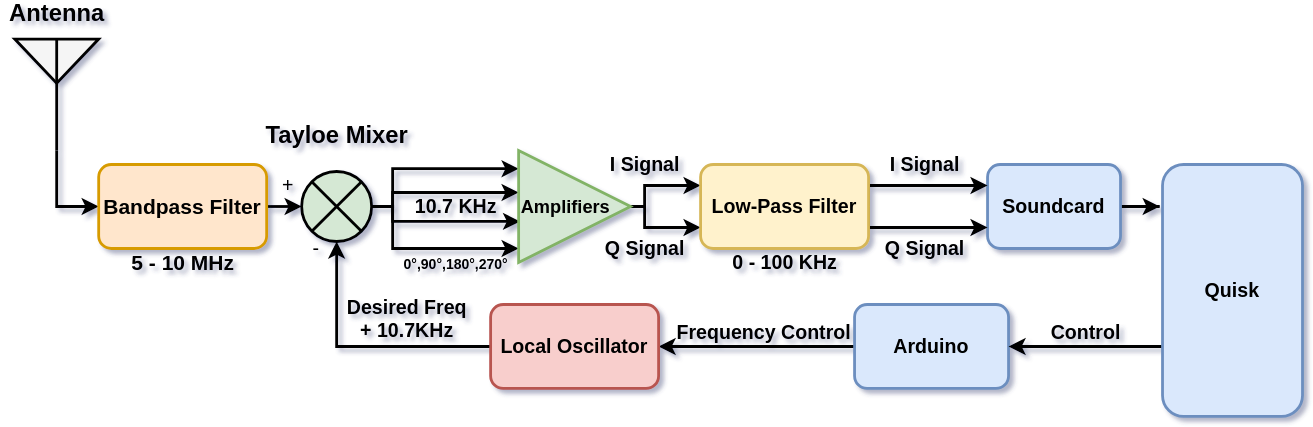
The draw.io diagram images/SDRReceiverBlockDiagram.svg in KonradMcClure/SDR_Receiver, before a commit. Source tidied: cells renumbered, new cells last; positions are measured from the earlier drawing's top-left corner, leaving out a move shared by most shapes.
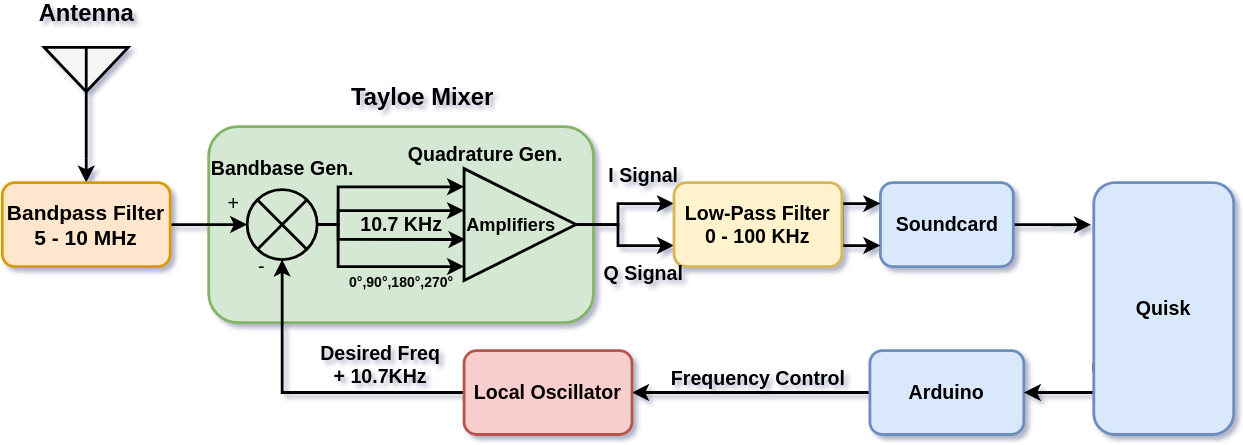
The same file after the commit.

What changed in the source:
```diff
@@ -2,70 +2,73 @@
   <root>
     <mxCell id="0" />
     <mxCell id="1" parent="0" />
+    <mxCell id="40" style="rounded=1;whiteSpace=wrap;html=1;strokeColor=#82b366;strokeWidth=2;fontSize=14;fillColor=#d5e8d4;" parent="1" vertex="1">
+      <mxGeometry x="167.5" y="77" width="275" height="140" as="geometry" />
+    </mxCell>
-    <mxCell id="2" style="edgeStyle=orthogonalEdgeStyle;rounded=0;jettySize=auto;html=1;exitX=0.5;exitY=1;exitDx=0;exitDy=0;exitPerimeter=0;entryX=0;entryY=0.5;entryDx=0;entryDy=0;strokeWidth=2;" parent="1" edge="1" source="3" target="5">
+    <mxCell id="2" style="edgeStyle=orthogonalEdgeStyle;rounded=0;jettySize=auto;html=1;exitX=0.5;exitY=1;exitDx=0;exitDy=0;exitPerimeter=0;entryX=0.5;entryY=0;entryDx=0;entryDy=0;strokeWidth=2;" parent="1" edge="1" source="3" target="5">
       <mxGeometry relative="1" as="geometry" />
     </mxCell>
     <mxCell id="3" style="verticalLabelPosition=bottom;shadow=0;dashed=0;align=center;html=1;verticalAlign=top;shape=mxgraph.electrical.radio.aerial_-_antenna_2;strokeWidth=2;fillColor=#f5f5f5;strokeColor=#000000;fontColor=#333333;" parent="1" vertex="1">
-      <mxGeometry x="10" y="27" width="60" height="80" as="geometry" />
+      <mxGeometry x="50" y="20" width="60" height="80" as="geometry" />
     </mxCell>
     <mxCell id="4" style="edgeStyle=orthogonalEdgeStyle;rounded=0;jettySize=auto;html=1;exitX=1;exitY=0.5;exitDx=0;exitDy=0;entryX=0;entryY=0.5;entryDx=0;entryDy=0;strokeWidth=2;" parent="1" edge="1" source="5" target="11">
       <mxGeometry relative="1" as="geometry" />
     </mxCell>
-    <mxCell id="5" value="&lt;div&gt;&lt;b style=&quot;font-size: 15px&quot;&gt;Bandpass Filter&lt;/b&gt;&lt;/div&gt;" style="rounded=1;whiteSpace=wrap;html=1;strokeWidth=2;fillColor=#ffe6cc;strokeColor=#d79b00;align=center;" parent="1" vertex="1">
-      <mxGeometry x="70" y="117" width="120" height="60" as="geometry" />
+    <mxCell id="5" value="&lt;div&gt;&lt;b style=&quot;font-size: 15px&quot;&gt;Bandpass Filter&lt;/b&gt;&lt;/div&gt;&lt;div&gt;&lt;b style=&quot;font-size: 15px&quot;&gt;5 - 10 MHz&lt;/b&gt;&lt;b style=&quot;font-size: 15px&quot;&gt;&lt;br&gt;&lt;/b&gt;&lt;/div&gt;" style="rounded=1;whiteSpace=wrap;html=1;strokeWidth=2;fillColor=#ffe6cc;strokeColor=#d79b00;align=center;" parent="1" vertex="1">
+      <mxGeometry x="20" y="117" width="120" height="60" as="geometry" />
     </mxCell>
     <mxCell id="6" value="&lt;font style=&quot;font-size: 17px&quot;&gt;&lt;b&gt;Antenna&lt;/b&gt;&lt;/font&gt;" style="text;html=1;align=center;verticalAlign=middle;" parent="1" vertex="1">
-      <mxGeometry width="80" height="20" as="geometry" />
+      <mxGeometry x="40" y="-13" width="80" height="20" as="geometry" />
     </mxCell>
     <mxCell id="7" style="edgeStyle=orthogonalEdgeStyle;rounded=0;jettySize=auto;html=1;exitX=1;exitY=0.5;exitDx=0;exitDy=0;strokeWidth=2;" parent="1" edge="1" source="11" target="21">
       <mxGeometry relative="1" as="geometry">
         <Array as="points">
-          <mxPoint x="280" y="147" />
-          <mxPoint x="280" y="177" />
+          <mxPoint x="260" y="147" />
+          <mxPoint x="260" y="177" />
         </Array>
       </mxGeometry>
     </mxCell>
     <mxCell id="8" style="edgeStyle=orthogonalEdgeStyle;rounded=0;jettySize=auto;html=1;exitX=1;exitY=0.5;exitDx=0;exitDy=0;entryX=0.013;entryY=0.633;entryDx=0;entryDy=0;entryPerimeter=0;strokeWidth=2;" parent="1" edge="1" source="11" target="21">
       <mxGeometry relative="1" as="geometry">
         <Array as="points">
-          <mxPoint x="280" y="147" />
-          <mxPoint x="280" y="158" />
+          <mxPoint x="260" y="147" />
+          <mxPoint x="260" y="158" />
         </Array>
       </mxGeometry>
     </mxCell>
     <mxCell id="9" style="edgeStyle=orthogonalEdgeStyle;rounded=0;jettySize=auto;html=1;exitX=1;exitY=0.5;exitDx=0;exitDy=0;strokeWidth=2;" parent="1" edge="1" source="11" target="21">
       <mxGeometry relative="1" as="geometry">
         <Array as="points">
-          <mxPoint x="280" y="147" />
-          <mxPoint x="280" y="120" />
+          <mxPoint x="260" y="147" />
+          <mxPoint x="260" y="120" />
         </Array>
       </mxGeometry>
     </mxCell>
     <mxCell id="10" style="edgeStyle=orthogonalEdgeStyle;rounded=0;jettySize=auto;html=1;exitX=1;exitY=0.5;exitDx=0;exitDy=0;entryX=0;entryY=0.375;entryDx=0;entryDy=0;entryPerimeter=0;strokeWidth=2;" parent="1" edge="1" source="11" target="21">
       <mxGeometry relative="1" as="geometry">
         <Array as="points">
-          <mxPoint x="280" y="147" />
-          <mxPoint x="280" y="137" />
+          <mxPoint x="260" y="147" />
+          <mxPoint x="260" y="137" />
         </Array>
       </mxGeometry>
     </mxCell>
     <mxCell id="11" style="shape=sumEllipse;perimeter=ellipsePerimeter;whiteSpace=wrap;html=1;backgroundOutline=1;strokeWidth=2;fillColor=#d5e8d4;strokeColor=#000000;" parent="1" vertex="1">
-      <mxGeometry x="215" y="122" width="50" height="50" as="geometry" />
+      <mxGeometry x="195" y="122" width="50" height="50" as="geometry" />
     </mxCell>
     <mxCell id="12" style="edgeStyle=orthogonalEdgeStyle;rounded=0;jettySize=auto;html=1;exitX=1;exitY=0.5;exitDx=0;exitDy=0;entryX=-0.02;entryY=0.167;entryDx=0;entryDy=0;entryPerimeter=0;strokeWidth=2;" parent="1" edge="1" source="13" target="18">
       <mxGeometry relative="1" as="geometry" />
     </mxCell>
     <mxCell id="13" value="&lt;b&gt;&lt;font style=&quot;font-size: 14px&quot;&gt;Soundcard&lt;/font&gt;&lt;/b&gt;" style="rounded=1;whiteSpace=wrap;html=1;strokeWidth=2;fillColor=#dae8fc;strokeColor=#6c8ebf;" parent="1" vertex="1">
-      <mxGeometry x="705" y="117" width="95" height="60" as="geometry" />
+      <mxGeometry x="647.5" y="117" width="95" height="60" as="geometry" />
     </mxCell>
     <mxCell id="14" value="&lt;font style=&quot;font-size: 17px&quot;&gt;&lt;b&gt;Tayloe Mixer&lt;br&gt;&lt;/b&gt;&lt;/font&gt;" style="text;html=1;align=center;verticalAlign=middle;" parent="1" vertex="1">
-      <mxGeometry x="180" y="87" width="120" height="20" as="geometry" />
+      <mxGeometry x="260" y="47" width="120" height="20" as="geometry" />
     </mxCell>
     <mxCell id="15" style="edgeStyle=orthogonalEdgeStyle;rounded=0;jettySize=auto;html=1;exitX=0;exitY=0.5;exitDx=0;exitDy=0;entryX=1;entryY=0.5;entryDx=0;entryDy=0;strokeWidth=2;" parent="1" edge="1" source="16" target="26">
       <mxGeometry relative="1" as="geometry" />
     </mxCell>
     <mxCell id="16" value="&lt;b&gt;&lt;font style=&quot;font-size: 14px&quot;&gt;Arduino&lt;/font&gt;&lt;/b&gt;" style="rounded=1;whiteSpace=wrap;html=1;strokeWidth=2;fillColor=#dae8fc;strokeColor=#6c8ebf;" parent="1" vertex="1">
-      <mxGeometry x="610" y="217" width="110" height="60" as="geometry" />
+      <mxGeometry x="640" y="237" width="110" height="60" as="geometry" />
     </mxCell>
     <mxCell id="17" style="edgeStyle=orthogonalEdgeStyle;rounded=0;jettySize=auto;html=1;exitX=0;exitY=0.75;exitDx=0;exitDy=0;entryX=1;entryY=0.5;entryDx=0;entryDy=0;strokeWidth=2;" parent="1" edge="1" source="18" target="16">
       <mxGeometry relative="1" as="geometry">
@@ -75,7 +78,7 @@
       </mxGeometry>
     </mxCell>
     <mxCell id="18" value="&lt;b&gt;&lt;font style=&quot;font-size: 14px&quot;&gt;Quisk&lt;/font&gt;&lt;/b&gt;" style="rounded=1;whiteSpace=wrap;html=1;strokeWidth=2;fillColor=#dae8fc;strokeColor=#6c8ebf;" parent="1" vertex="1">
-      <mxGeometry x="830" y="117" width="100" height="180" as="geometry" />
+      <mxGeometry x="800" y="117" width="100" height="180" as="geometry" />
     </mxCell>
     <mxCell id="19" style="edgeStyle=orthogonalEdgeStyle;rounded=0;jettySize=auto;html=1;exitX=1;exitY=0.5;exitDx=0;exitDy=0;strokeWidth=2;entryX=0;entryY=0.25;entryDx=0;entryDy=0;" parent="1" edge="1" source="21" target="24">
       <mxGeometry relative="1" as="geometry">
@@ -93,8 +96,8 @@
         </Array>
       </mxGeometry>
     </mxCell>
-    <mxCell id="21" value="&lt;font size=&quot;1&quot;&gt;&lt;b style=&quot;font-size: 13px&quot;&gt;Amplifiers&lt;/b&gt;&lt;/font&gt;" style="triangle;whiteSpace=wrap;html=1;strokeWidth=2;align=left;fillColor=#d5e8d4;strokeColor=#82b366;" parent="1" vertex="1">
-      <mxGeometry x="370" y="107" width="80" height="80" as="geometry" />
+    <mxCell id="21" value="&lt;font size=&quot;1&quot;&gt;&lt;b style=&quot;font-size: 13px&quot;&gt;Amplifiers&lt;/b&gt;&lt;/font&gt;" style="triangle;whiteSpace=wrap;html=1;strokeWidth=2;align=left;fillColor=#d5e8d4;strokeColor=#000000;" parent="1" vertex="1">
+      <mxGeometry x="350" y="107" width="80" height="80" as="geometry" />
     </mxCell>
     <mxCell id="22" style="edgeStyle=orthogonalEdgeStyle;rounded=0;jettySize=auto;html=1;exitX=1;exitY=0.5;exitDx=0;exitDy=0;entryX=0;entryY=0.25;entryDx=0;entryDy=0;strokeWidth=2;" parent="1" edge="1" source="24" target="13">
       <mxGeometry relative="1" as="geometry">
@@ -110,53 +113,44 @@
         </Array>
       </mxGeometry>
     </mxCell>
-    <mxCell id="24" value="&lt;font style=&quot;font-size: 14px&quot;&gt;&lt;b&gt;Low-Pass Filter&lt;br&gt;&lt;/b&gt;&lt;/font&gt;" style="rounded=1;whiteSpace=wrap;html=1;strokeWidth=2;fillColor=#fff2cc;strokeColor=#d6b656;" parent="1" vertex="1">
+    <mxCell id="24" value="&lt;font style=&quot;font-size: 14px&quot;&gt;&lt;b&gt;Low-Pass Filter&lt;br&gt;&lt;/b&gt;&lt;b style=&quot;font-family: &amp;#34;helvetica&amp;#34;&quot;&gt;0 - 100 KHz&lt;/b&gt;&lt;b&gt;&lt;br&gt;&lt;/b&gt;&lt;/font&gt;" style="rounded=1;whiteSpace=wrap;html=1;strokeWidth=2;fillColor=#fff2cc;strokeColor=#d6b656;" parent="1" vertex="1">
       <mxGeometry x="500" y="117" width="120" height="60" as="geometry" />
     </mxCell>
     <mxCell id="25" style="edgeStyle=orthogonalEdgeStyle;rounded=0;jettySize=auto;html=1;exitX=0;exitY=0.5;exitDx=0;exitDy=0;entryX=0.5;entryY=1;entryDx=0;entryDy=0;strokeWidth=2;" parent="1" edge="1" source="26" target="11">
       <mxGeometry relative="1" as="geometry" />
     </mxCell>
     <mxCell id="26" value="&lt;font style=&quot;font-size: 14px&quot;&gt;&lt;b&gt;Local Oscillator&lt;/b&gt;&lt;/font&gt;" style="rounded=1;whiteSpace=wrap;html=1;strokeWidth=2;fillColor=#f8cecc;strokeColor=#b85450;" parent="1" vertex="1">
-      <mxGeometry x="350" y="217" width="120" height="60" as="geometry" />
+      <mxGeometry x="350" y="237" width="120" height="60" as="geometry" />
     </mxCell>
-    <mxCell id="27" value="I Signal" style="text;html=1;align=center;verticalAlign=middle;fontSize=14;fontStyle=1;" parent="1" vertex="1">
-      <mxGeometry x="425" y="107" width="70" height="20" as="geometry" />
-    </mxCell>
-    <mxCell id="28" value="Q Signal" style="text;html=1;align=center;verticalAlign=middle;fontSize=14;fontStyle=1;" parent="1" vertex="1">
-      <mxGeometry x="425" y="167" width="70" height="20" as="geometry" />
-    </mxCell>
     <mxCell id="29" value="I Signal" style="text;html=1;align=center;verticalAlign=middle;fontSize=14;fontStyle=1;" parent="1" vertex="1">
-      <mxGeometry x="625" y="107" width="70" height="20" as="geometry" />
+      <mxGeometry x="442.5" y="102" width="70" height="20" as="geometry" />
     </mxCell>
     <mxCell id="30" value="Q Signal" style="text;html=1;align=center;verticalAlign=middle;fontSize=14;fontStyle=1;" parent="1" vertex="1">
-      <mxGeometry x="625" y="167" width="70" height="20" as="geometry" />
+      <mxGeometry x="442.5" y="172" width="70" height="20" as="geometry" />
     </mxCell>
     <mxCell id="31" value="&lt;b&gt;10.7 KHz&lt;/b&gt;" style="text;html=1;align=center;verticalAlign=middle;fontSize=14;" parent="1" vertex="1">
-      <mxGeometry x="290" y="137" width="70" height="20" as="geometry" />
+      <mxGeometry x="270" y="137" width="70" height="20" as="geometry" />
     </mxCell>
     <mxCell id="32" value="&lt;b style=&quot;font-size: 14px;&quot;&gt;Frequency Control&lt;/b&gt;" style="text;html=1;align=center;verticalAlign=middle;fontSize=14;" parent="1" vertex="1">
-      <mxGeometry x="475" y="227" width="140" height="20" as="geometry" />
+      <mxGeometry x="490" y="247" width="140" height="20" as="geometry" />
     </mxCell>
-    <mxCell id="33" value="&lt;b&gt;Control&lt;/b&gt;" style="text;html=1;align=center;verticalAlign=middle;fontSize=14;" parent="1" vertex="1">
-      <mxGeometry x="740" y="227" width="70" height="20" as="geometry" />
-    </mxCell>
     <mxCell id="34" value="&lt;b&gt;Desired Freq &lt;br&gt;+ 10.7KHz&lt;/b&gt;" style="text;html=1;align=center;verticalAlign=middle;fontSize=14;" parent="1" vertex="1">
-      <mxGeometry x="240" y="207" width="100" height="40" as="geometry" />
+      <mxGeometry x="240" y="227" width="100" height="40" as="geometry" />
     </mxCell>
     <mxCell id="35" value="-" style="text;html=1;align=center;verticalAlign=middle;fontSize=14;" parent="1" vertex="1">
-      <mxGeometry x="215" y="167" width="20" height="20" as="geometry" />
+      <mxGeometry x="195" y="167" width="20" height="20" as="geometry" />
     </mxCell>
     <mxCell id="36" value="+" style="text;html=1;align=center;verticalAlign=middle;fontSize=14;" parent="1" vertex="1">
-      <mxGeometry x="195" y="122" width="20" height="20" as="geometry" />
+      <mxGeometry x="175" y="122" width="20" height="20" as="geometry" />
     </mxCell>
     <mxCell id="37" value="&lt;font style=&quot;font-size: 10px&quot;&gt;&lt;b&gt;0&lt;span style=&quot;font-family: sans-serif&quot;&gt;°&lt;/span&gt;,90&lt;span style=&quot;font-family: sans-serif&quot;&gt;°&lt;/span&gt;,180&lt;span style=&quot;font-family: sans-serif&quot;&gt;°&lt;/span&gt;,270&lt;span style=&quot;font-family: sans-serif&quot;&gt;°&lt;/span&gt;&lt;/b&gt;&lt;/font&gt;" style="text;html=1;align=center;verticalAlign=middle;fontSize=14;" parent="1" vertex="1">
-      <mxGeometry x="280" y="177" width="90" height="20" as="geometry" />
+      <mxGeometry x="260" y="177" width="90" height="20" as="geometry" />
     </mxCell>
-    <mxCell id="38" value="&lt;b style=&quot;font-size: 15px&quot;&gt;5 - 10 MHz&lt;/b&gt;" style="text;html=1;align=center;verticalAlign=middle;fontSize=14;" parent="1" vertex="1">
-      <mxGeometry x="85" y="177" width="90" height="20" as="geometry" />
-    </mxCell>
-    <mxCell id="39" value="&lt;b style=&quot;font-family: &amp;#34;helvetica&amp;#34;&quot;&gt;0 - 100 KHz&lt;/b&gt;" style="text;html=1;align=center;verticalAlign=middle;fontSize=14;" parent="1" vertex="1">
-      <mxGeometry x="515" y="177" width="90" height="20" as="geometry" />
-    </mxCell>
+    <mxCell id="41" value="&lt;b&gt;Bandbase Gen.&lt;/b&gt;" style="text;html=1;align=center;verticalAlign=middle;fontSize=14;" parent="1" vertex="1">
+      <mxGeometry x="160" y="97" width="120" height="20" as="geometry" />
+    </mxCell>
+    <mxCell id="42" value="Quadrature Gen." style="text;html=1;align=center;verticalAlign=middle;fontSize=14;fontStyle=1;" parent="1" vertex="1">
+      <mxGeometry x="300" y="87" width="130" height="20" as="geometry" />
+    </mxCell>
   </root>
 </mxGraphModel>
```
